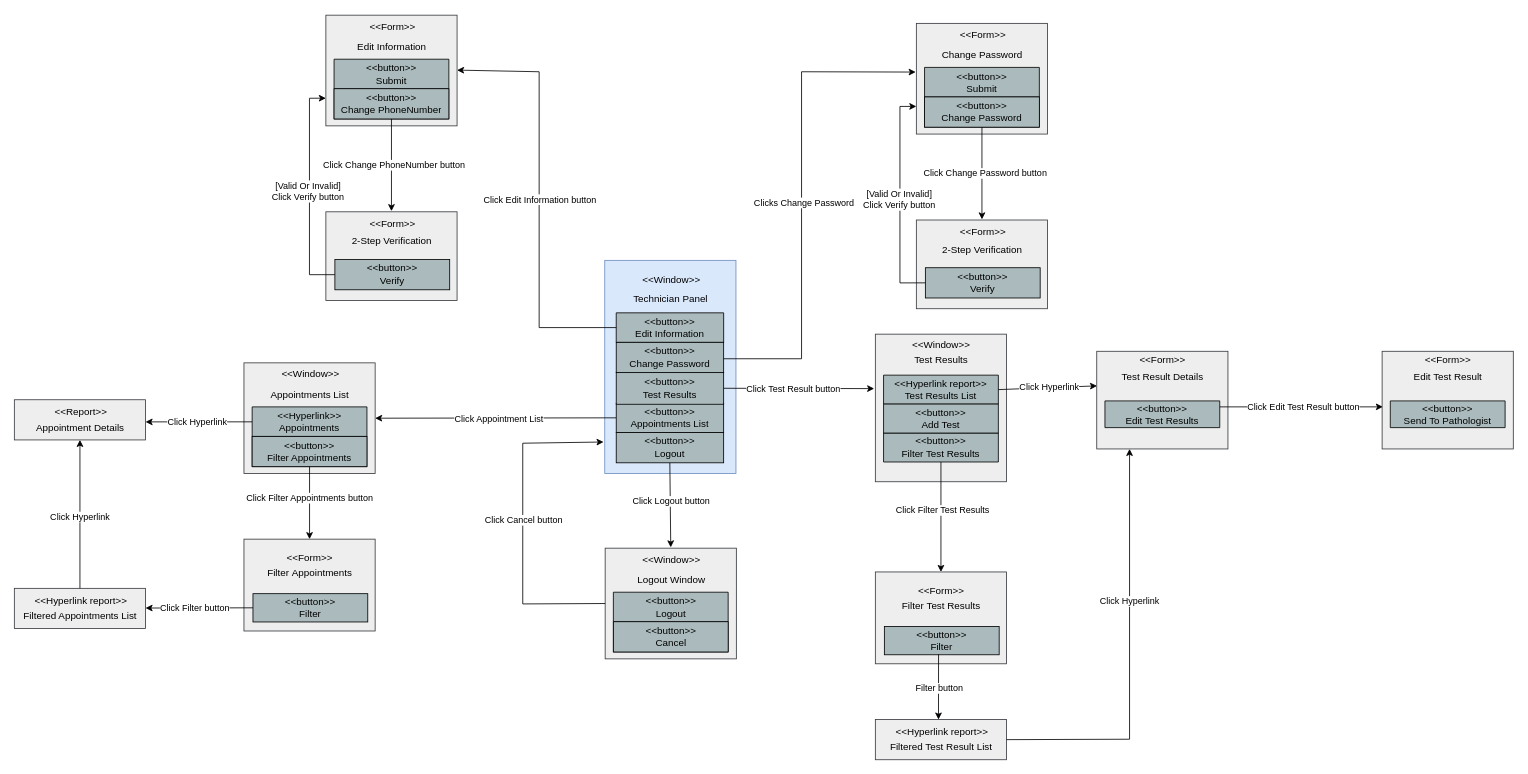
Earlier version of the draw.io diagram page "TechnicianPanel" (7 of 7) of WindowsNavigationDiagram.drawio (ArashSameni/SoftwareEngineering). Source tidied: cells renumbered, new cells numbered last; positions are measured from the earlier drawing's top-left corner, leaving out a move shared by most shapes. Both pictures are drawn from the tidied source at 82%, with x=0, y=0 at pixel (14, 14).
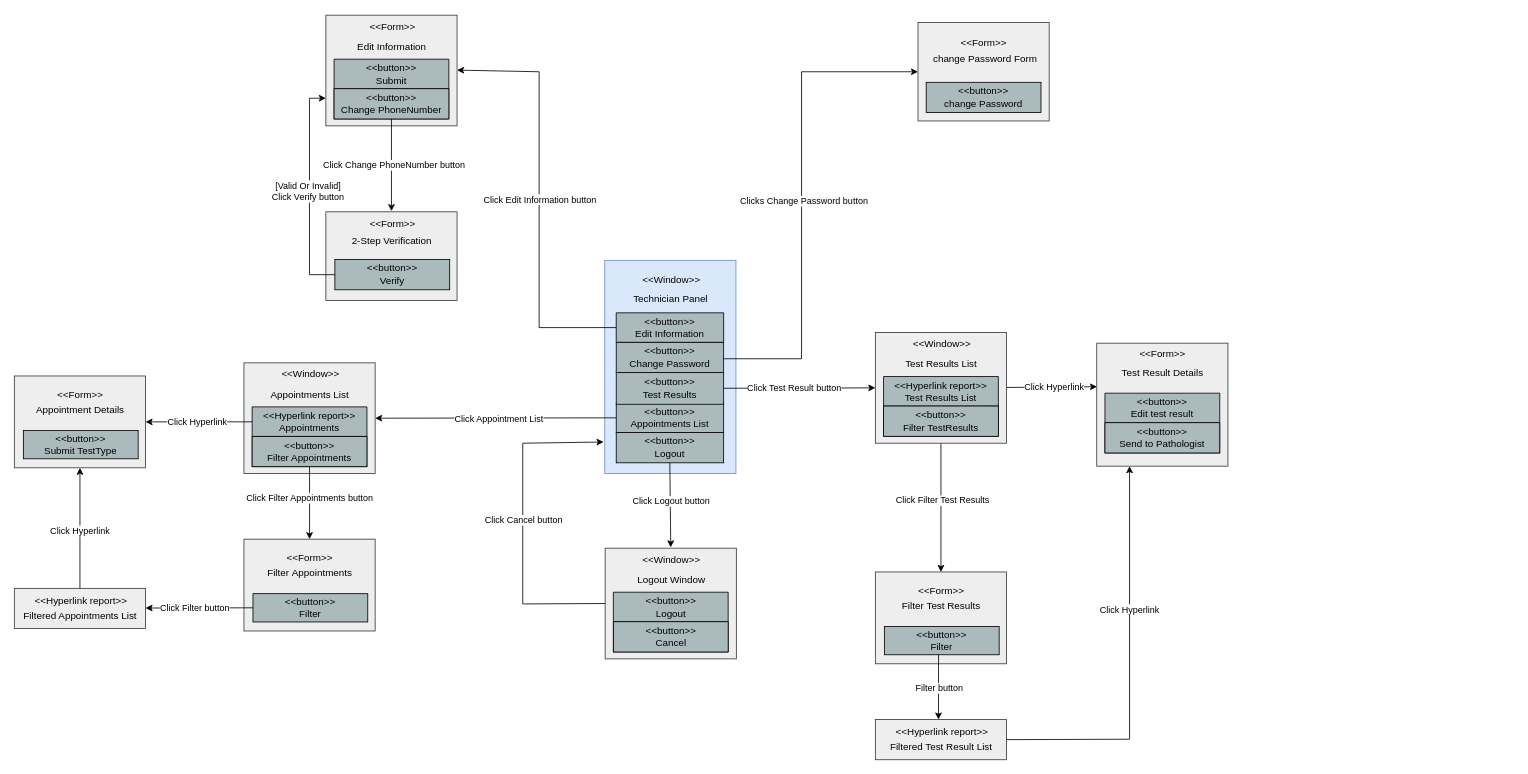
The same diagram, later.

Unchanged cells that the change refers to:
```xml
<mxCell id="14" style="group;" parent="1" vertex="1">
  <mxGeometry x="280" y="424" width="160" height="136" as="geometry" />
</mxCell>
<mxCell id="29" value="&amp;lt;&amp;lt;button&amp;gt;&amp;gt;&lt;br&gt;Test Results" style="text;align=center;verticalAlign=middle;spacingLeft=4;spacingRight=4;overflow=hidden;points=[[0,0.5],[1,0.5]];portConstraint=eastwest;html=1;labelBackgroundColor=none;whiteSpace=wrap;labelBorderColor=none;strokeColor=#000000;fillColor=#ABBBBD;" parent="1" vertex="1">
  <mxGeometry x="734" y="436.5" width="131" height="39" as="geometry" />
</mxCell>
<mxCell id="81" style="group;imageAlign=center;fillColor=#eeeeee;strokeColor=#36393d;imageVerticalAlign=top;fixDash=1;" parent="80" vertex="1">
  <mxGeometry width="160" height="112" as="geometry" />
</mxCell>
<mxCell id="109" style="group;imageAlign=center;fillColor=#eeeeee;strokeColor=#36393d;imageVerticalAlign=top;fixDash=1;" parent="108" vertex="1">
  <mxGeometry width="160" height="49" as="geometry" />
</mxCell>
```

What changed in the source:
```diff
@@
-    <mxCell id="8" style="endArrow=classic;html=1;rounded=0;entryX=-0.009;entryY=0.369;entryDx=0;entryDy=0;exitX=1;exitY=0.5;exitDx=0;exitDy=0;entryPerimeter=0;" parent="1" edge="1" source="29" target="21">
+    <mxCell id="8" style="endArrow=classic;html=1;rounded=0;entryX=0;entryY=0.5;entryDx=0;entryDy=0;exitX=1;exitY=0.5;exitDx=0;exitDy=0;" parent="1" edge="1" source="29" target="62">
       <mxGeometry relative="1" as="geometry" />
     </mxCell>
@@
-    <mxCell id="18" value="&amp;lt;&amp;lt;Hyperlink&amp;gt;&amp;gt;&lt;br&gt;Appointments" style="swimlane;fontStyle=0;horizontal=1;startSize=36;whiteSpace=wrap;html=1;fillColor=#ABBBBD;strokeColor=#000000;fillStyle=auto;swimlaneFillColor=none;rounded=0;shadow=0;glass=0;swimlaneLine=1;noLabel=0;absoluteArcSize=0;portConstraintRotation=0;fixDash=0;backgroundOutline=0;enumerate=0;labelBackgroundColor=none;labelBorderColor=none;swimlaneHead=1;gradientColor=none;" parent="14" vertex="1">
+    <mxCell id="18" value="&amp;lt;&amp;lt;Hyperlink report&amp;gt;&amp;gt;&lt;br&gt;Appointments" style="swimlane;fontStyle=0;horizontal=1;startSize=36;whiteSpace=wrap;html=1;fillColor=#ABBBBD;strokeColor=#000000;fillStyle=auto;swimlaneFillColor=none;rounded=0;shadow=0;glass=0;swimlaneLine=1;noLabel=0;absoluteArcSize=0;portConstraintRotation=0;fixDash=0;backgroundOutline=0;enumerate=0;labelBackgroundColor=none;labelBorderColor=none;swimlaneHead=1;gradientColor=none;" parent="14" vertex="1">
       <mxGeometry x="10" y="54.7" width="140" height="72.9" as="geometry" />
     </mxCell>
@@
-    <mxCell id="20" style="group;" parent="1" vertex="1">
-      <mxGeometry x="1050" y="400" width="160" height="170" as="geometry" />
-    </mxCell>
-    <mxCell id="21" style="group;imageAlign=center;fillColor=#eeeeee;strokeColor=#36393d;imageVerticalAlign=top;fixDash=1;" parent="20" vertex="1">
-      <mxGeometry y="-10" width="160" height="180" as="geometry" />
-    </mxCell>
-    <mxCell id="22" value="&amp;lt;&amp;lt;Window&amp;gt;&amp;gt;" style="text;html=1;align=center;verticalAlign=middle;strokeColor=none;fillColor=none;imageAlign=center;" parent="20" vertex="1">
-      <mxGeometry x="35.5" y="-10" width="89" height="26" as="geometry" />
-    </mxCell>
-    <mxCell id="23" value="Test Results" style="text;html=1;align=center;verticalAlign=middle;strokeColor=none;fillColor=none;imageAspect=0;imageVerticalAlign=top;fixDash=0;" parent="20" vertex="1">
-      <mxGeometry x="40" y="7" width="80" height="30" as="geometry" />
-    </mxCell>
-    <mxCell id="24" value="&amp;lt;&amp;lt;Hyperlink report&amp;gt;&amp;gt;&lt;br&gt;Test Results List" style="swimlane;fontStyle=0;horizontal=1;startSize=36;whiteSpace=wrap;html=1;fillColor=#ABBBBD;strokeColor=#000000;fillStyle=auto;swimlaneFillColor=none;rounded=0;shadow=0;glass=0;swimlaneLine=1;noLabel=0;absoluteArcSize=0;portConstraintRotation=0;fixDash=0;backgroundOutline=0;enumerate=0;labelBackgroundColor=none;labelBorderColor=none;swimlaneHead=1;gradientColor=none;" parent="20" vertex="1">
-      <mxGeometry x="10" y="40" width="140" height="35.3" as="geometry" />
-    </mxCell>
-    <mxCell id="25" value="&amp;lt;&amp;lt;button&amp;gt;&amp;gt;&lt;br&gt;Filter Test Results" style="swimlane;fontStyle=0;horizontal=1;startSize=36;whiteSpace=wrap;html=1;fillColor=#ABBBBD;strokeColor=#000000;fillStyle=auto;swimlaneFillColor=none;rounded=0;shadow=0;glass=0;swimlaneLine=1;noLabel=0;absoluteArcSize=0;portConstraintRotation=0;fixDash=0;backgroundOutline=0;enumerate=0;labelBackgroundColor=none;labelBorderColor=none;swimlaneHead=1;gradientColor=none;" parent="20" vertex="1">
-      <mxGeometry x="10" y="110.6" width="140" height="35.3" as="geometry" />
-    </mxCell>
-    <mxCell id="26" value="&amp;lt;&amp;lt;button&amp;gt;&amp;gt;&lt;br&gt;Add Test" style="swimlane;fontStyle=0;horizontal=1;startSize=36;whiteSpace=wrap;html=1;fillColor=#ABBBBD;strokeColor=#000000;fillStyle=auto;swimlaneFillColor=none;rounded=0;shadow=0;glass=0;swimlaneLine=1;noLabel=0;absoluteArcSize=0;fixDash=0;backgroundOutline=0;enumerate=0;labelBackgroundColor=none;labelBorderColor=none;swimlaneHead=1;gradientColor=none;" parent="20" vertex="1">
-      <mxGeometry x="10" y="75.3" width="140" height="35.3" as="geometry" />
-    </mxCell>
@@
-    <mxCell id="31" style="endArrow=classic;html=1;rounded=0;entryX=-0.005;entryY=0.444;entryDx=0;entryDy=0;entryPerimeter=0;" parent="1" edge="1" target="61">
+    <mxCell id="31" style="endArrow=classic;html=1;rounded=0;entryX=0;entryY=0.5;entryDx=0;entryDy=0;" parent="1" edge="1" target="124">
       <mxGeometry relative="1" as="geometry">
         <mxPoint x="865" y="420" as="sourcePoint" />
         <Array as="points">
           <mxPoint x="960" y="420" />
           <mxPoint x="960" y="70" />
         </Array>
       </mxGeometry>
     </mxCell>
-    <mxCell id="32" value="Clicks Change Password" style="edgeLabel;html=1;align=center;verticalAlign=middle;" parent="31" vertex="1">
+    <mxCell id="32" value="Clicks Change Password button" style="edgeLabel;html=1;align=center;verticalAlign=middle;" parent="31" vertex="1">
       <mxGeometry x="-0.02" y="-2" relative="1" as="geometry" />
     </mxCell>
@@
-    <mxCell id="56" style="group;" parent="1" vertex="1">
-      <mxGeometry x="1100" y="250" width="160" height="109" as="geometry" />
-    </mxCell>
-    <mxCell id="57" style="group;imageAlign=center;fillColor=#eeeeee;strokeColor=#36393d;imageVerticalAlign=top;fixDash=1;" parent="56" vertex="1">
-      <mxGeometry y="0.8" width="160" height="108.2" as="geometry" />
-    </mxCell>
-    <mxCell id="58" value="&amp;lt;&amp;lt;Form&amp;gt;&amp;gt;" style="text;html=1;align=center;verticalAlign=middle;strokeColor=none;fillColor=none;imageAlign=center;" parent="56" vertex="1">
-      <mxGeometry x="44" y="5.6" width="74" height="20.8" as="geometry" />
-    </mxCell>
-    <mxCell id="59" value="2-Step Verification" style="text;html=1;align=center;verticalAlign=middle;strokeColor=none;fillColor=none;imageAspect=0;imageVerticalAlign=top;fixDash=0;" parent="56" vertex="1">
-      <mxGeometry x="40" y="25.4" width="80" height="24" as="geometry" />
-    </mxCell>
-    <mxCell id="60" value="&amp;lt;&amp;lt;button&amp;gt;&amp;gt;&lt;br style=&quot;border-color: var(--border-color);&quot;&gt;Verify" style="text;align=center;verticalAlign=middle;spacingLeft=4;spacingRight=4;overflow=hidden;points=[[0,0.5],[1,0.5]];portConstraint=eastwest;html=1;labelBackgroundColor=none;whiteSpace=wrap;labelBorderColor=none;strokeColor=#000000;fillColor=#ABBBBD;" parent="56" vertex="1">
-      <mxGeometry x="11" y="59" width="140" height="36.9" as="geometry" />
-    </mxCell>
-    <mxCell id="61" style="group;" parent="1" vertex="1">
-      <mxGeometry x="1100" y="10" width="160" height="136" as="geometry" />
-    </mxCell>
-    <mxCell id="62" style="group;imageAlign=center;fillColor=#eeeeee;strokeColor=#36393d;imageVerticalAlign=top;fixDash=1;" parent="61" vertex="1">
-      <mxGeometry y="1" width="160" height="135" as="geometry" />
-    </mxCell>
-    <mxCell id="63" value="&amp;lt;&amp;lt;Form&amp;gt;&amp;gt;" style="text;html=1;align=center;verticalAlign=middle;strokeColor=none;fillColor=none;imageAlign=center;" parent="61" vertex="1">
-      <mxGeometry x="41" width="80" height="30" as="geometry" />
-    </mxCell>
-    <mxCell id="64" value="Change Password" style="text;html=1;align=center;verticalAlign=middle;strokeColor=none;fillColor=none;imageAspect=0;imageVerticalAlign=top;fixDash=0;" parent="61" vertex="1">
-      <mxGeometry x="40" y="24.7" width="80" height="30" as="geometry" />
-    </mxCell>
-    <mxCell id="65" value="&amp;lt;&amp;lt;button&amp;gt;&amp;gt;&lt;br&gt;Submit" style="swimlane;fontStyle=0;horizontal=1;startSize=36;whiteSpace=wrap;html=1;fillColor=#ABBBBD;strokeColor=#000000;fillStyle=auto;swimlaneFillColor=none;rounded=0;shadow=0;glass=0;swimlaneLine=1;noLabel=0;absoluteArcSize=0;portConstraintRotation=0;fixDash=0;backgroundOutline=0;enumerate=0;labelBackgroundColor=none;labelBorderColor=none;swimlaneHead=1;gradientColor=none;" parent="61" vertex="1">
-      <mxGeometry x="10" y="54.7" width="140" height="72.9" as="geometry" />
-    </mxCell>
-    <mxCell id="66" value="&amp;lt;&amp;lt;button&amp;gt;&amp;gt;&lt;br&gt;Change Password" style="text;align=center;verticalAlign=middle;spacingLeft=4;spacingRight=4;overflow=hidden;html=1;labelBackgroundColor=none;whiteSpace=wrap;labelBorderColor=none;strokeColor=#000000;fillColor=#ABBBBD;" parent="65" vertex="1">
-      <mxGeometry y="36" width="140" height="36.9" as="geometry" />
-    </mxCell>
-    <mxCell id="67" style="endArrow=classic;html=1;rounded=0;exitX=0.5;exitY=1;exitDx=0;exitDy=0;entryX=0.5;entryY=0;entryDx=0;entryDy=0;" parent="1" edge="1" source="65" target="56">
-      <mxGeometry relative="1" as="geometry" />
-    </mxCell>
-    <mxCell id="68" value="Click Change Password button" style="edgeLabel;html=1;align=center;verticalAlign=middle;" parent="67" vertex="1">
-      <mxGeometry relative="1" as="geometry">
-        <mxPoint x="3" as="offset" />
-      </mxGeometry>
-    </mxCell>
-    <mxCell id="69" style="edgeStyle=orthogonalEdgeStyle;rounded=0;jettySize=auto;html=1;exitX=0;exitY=0.5;exitDx=0;exitDy=0;entryX=0;entryY=0.75;entryDx=0;entryDy=0;" parent="1" edge="1" source="60" target="62">
-      <mxGeometry relative="1" as="geometry" />
-    </mxCell>
-    <mxCell id="70" value="[Valid Or Invalid]&lt;br style=&quot;border-color: var(--border-color);&quot;&gt;Click Verify button" style="edgeLabel;html=1;align=center;verticalAlign=middle;" parent="69" vertex="1">
-      <mxGeometry x="-0.04" y="2" relative="1" as="geometry">
-        <mxPoint y="-5" as="offset" />
-      </mxGeometry>
-    </mxCell>
     <mxCell id="71" style="group;" parent="1" vertex="1">
-      <mxGeometry x="1320" y="410" width="160" height="120" as="geometry" />
+      <mxGeometry x="1320" y="400" width="160" height="151" as="geometry" />
     </mxCell>
     <mxCell id="72" style="group;imageAlign=center;fillColor=#eeeeee;strokeColor=#36393d;imageVerticalAlign=top;fixDash=1;" parent="71" vertex="1">
-      <mxGeometry y="0.9" width="160" height="119.1" as="geometry" />
+      <mxGeometry y="1" width="160" height="150" as="geometry" />
     </mxCell>
     <mxCell id="73" value="&amp;lt;&amp;lt;Form&amp;gt;&amp;gt;" style="text;html=1;align=center;verticalAlign=middle;strokeColor=none;fillColor=none;imageAlign=center;" parent="71" vertex="1">
-      <mxGeometry x="43" y="0.9" width="74" height="22.9" as="geometry" />
+      <mxGeometry x="43" y="1" width="74" height="26.2" as="geometry" />
     </mxCell>
     <mxCell id="74" value="Test Result Details" style="text;html=1;align=center;verticalAlign=middle;strokeColor=none;fillColor=none;imageAspect=0;imageVerticalAlign=top;fixDash=0;" parent="71" vertex="1">
-      <mxGeometry x="40" y="19.9" width="80" height="26.5" as="geometry" />
+      <mxGeometry x="40" y="22.8" width="80" height="30.3" as="geometry" />
     </mxCell>
-    <mxCell id="75" value="&amp;lt;&amp;lt;button&amp;gt;&amp;gt;&lt;br&gt;Edit Test Results" style="swimlane;fontStyle=0;horizontal=1;startSize=36;whiteSpace=wrap;html=1;fillColor=#ABBBBD;strokeColor=#000000;fillStyle=auto;swimlaneFillColor=none;rounded=0;shadow=0;glass=0;swimlaneLine=1;noLabel=0;absoluteArcSize=0;fixDash=0;backgroundOutline=0;enumerate=0;labelBackgroundColor=none;labelBorderColor=none;swimlaneHead=1;gradientColor=none;" parent="71" vertex="1">
-      <mxGeometry x="10" y="61.4" width="140" height="32.6" as="geometry" />
-    </mxCell>
+    <mxCell id="121" value="&amp;lt;&amp;lt;button&amp;gt;&amp;gt;&lt;br&gt;Edit test result" style="swimlane;fontStyle=0;horizontal=1;startSize=36;whiteSpace=wrap;html=1;fillColor=#ABBBBD;strokeColor=#000000;fillStyle=auto;swimlaneFillColor=none;rounded=0;shadow=0;glass=0;swimlaneLine=1;noLabel=0;absoluteArcSize=0;fixDash=0;backgroundOutline=0;enumerate=0;labelBackgroundColor=none;labelBorderColor=none;swimlaneHead=1;gradientColor=none;" parent="71" vertex="1">
+      <mxGeometry x="10" y="62" width="140" height="72.9" as="geometry" />
+    </mxCell>
+    <mxCell id="122" value="&amp;lt;&amp;lt;button&amp;gt;&amp;gt;&lt;br&gt;Send to Pathologist" style="text;align=center;verticalAlign=middle;spacingLeft=4;spacingRight=4;overflow=hidden;html=1;labelBackgroundColor=none;whiteSpace=wrap;labelBorderColor=none;strokeColor=#000000;fillColor=#ABBBBD;" parent="121" vertex="1">
+      <mxGeometry y="36" width="140" height="36.9" as="geometry" />
+    </mxCell>
-    <mxCell id="76" style="endArrow=classic;html=1;rounded=0;exitX=1;exitY=0.5;exitDx=0;exitDy=0;entryX=0.002;entryY=0.354;entryDx=0;entryDy=0;entryPerimeter=0;" parent="1" edge="1" source="24" target="72">
+    <mxCell id="76" style="endArrow=classic;html=1;rounded=0;exitX=1;exitY=0.5;exitDx=0;exitDy=0;entryX=0.002;entryY=0.354;entryDx=0;entryDy=0;entryPerimeter=0;" parent="1" edge="1" source="128" target="72">
       <mxGeometry relative="1" as="geometry" />
     </mxCell>
@@
-    <mxCell id="78" style="endArrow=classic;html=1;rounded=0;exitX=0.5;exitY=1;exitDx=0;exitDy=0;entryX=0.5;entryY=0;entryDx=0;entryDy=0;" parent="1" edge="1" source="25" target="81">
+    <mxCell id="78" style="endArrow=classic;html=1;rounded=0;exitX=0.5;exitY=1;exitDx=0;exitDy=0;entryX=0.5;entryY=0;entryDx=0;entryDy=0;" parent="1" edge="1" source="128" target="81">
       <mxGeometry relative="1" as="geometry" />
     </mxCell>
@@
-    <mxCell id="93" style="endArrow=classic;html=1;rounded=0;exitX=0;exitY=0.25;exitDx=0;exitDy=0;" parent="1" edge="1" source="18">
-      <mxGeometry relative="1" as="geometry">
-        <mxPoint x="160" y="497" as="targetPoint" />
-      </mxGeometry>
+    <mxCell id="93" style="endArrow=classic;html=1;rounded=0;exitX=0;exitY=0.25;exitDx=0;exitDy=0;entryX=1;entryY=0.5;entryDx=0;entryDy=0;" parent="1" edge="1" source="18" target="132">
+      <mxGeometry relative="1" as="geometry" />
     </mxCell>
@@
-    <mxCell id="95" style="group;" parent="1" vertex="1">
-      <mxGeometry y="470" width="160" height="49" as="geometry" />
-    </mxCell>
-    <mxCell id="96" style="group;imageAlign=center;fillColor=#eeeeee;strokeColor=#36393d;imageVerticalAlign=top;fixDash=1;" parent="95" vertex="1">
-      <mxGeometry width="160" height="49" as="geometry" />
-    </mxCell>
-    <mxCell id="97" value="&amp;lt;&amp;lt;Report&amp;gt;&amp;gt;" style="text;html=1;align=center;verticalAlign=middle;strokeColor=none;fillColor=none;imageAlign=center;" parent="95" vertex="1">
-      <mxGeometry x="40" y="2.2" width="82" height="26" as="geometry" />
-    </mxCell>
-    <mxCell id="98" value="Appointment Details" style="text;html=1;align=center;verticalAlign=middle;strokeColor=none;fillColor=none;imageAspect=0;imageVerticalAlign=top;fixDash=0;" parent="95" vertex="1">
-      <mxGeometry x="40" y="28.1" width="80" height="12.2" as="geometry" />
-    </mxCell>
@@
-    <mxCell id="112" style="endArrow=classic;html=1;rounded=0;exitX=0.5;exitY=0;exitDx=0;exitDy=0;entryX=0.5;entryY=1;entryDx=0;entryDy=0;" parent="1" edge="1" source="109" target="95">
+    <mxCell id="112" style="endArrow=classic;html=1;rounded=0;exitX=0.5;exitY=0;exitDx=0;exitDy=0;entryX=0.5;entryY=1;entryDx=0;entryDy=0;" parent="1" edge="1" source="109" target="131">
       <mxGeometry relative="1" as="geometry" />
     </mxCell>
@@
-    <mxCell id="114" style="endArrow=classic;html=1;rounded=0;exitX=0.997;exitY=0.578;exitDx=0;exitDy=0;exitPerimeter=0;entryX=0.006;entryY=0.569;entryDx=0;entryDy=0;entryPerimeter=0;" parent="1" edge="1" target="117">
-      <mxGeometry relative="1" as="geometry">
-        <mxPoint x="1470" y="478.7" as="sourcePoint" />
-      </mxGeometry>
-    </mxCell>
-    <mxCell id="115" value="Click Edit Test Result button" style="edgeLabel;html=1;align=center;verticalAlign=middle;" parent="114" vertex="1">
-      <mxGeometry x="0.22" relative="1" as="geometry">
-        <mxPoint x="-19" as="offset" />
-      </mxGeometry>
-    </mxCell>
-    <mxCell id="116" style="group;" parent="1" vertex="1">
-      <mxGeometry x="1668" y="410" width="160" height="120" as="geometry" />
-    </mxCell>
-    <mxCell id="117" style="group;imageAlign=center;fillColor=#eeeeee;strokeColor=#36393d;imageVerticalAlign=top;fixDash=1;" parent="116" vertex="1">
-      <mxGeometry y="0.9" width="160" height="119.1" as="geometry" />
-    </mxCell>
-    <mxCell id="118" value="&amp;lt;&amp;lt;Form&amp;gt;&amp;gt;" style="text;html=1;align=center;verticalAlign=middle;strokeColor=none;fillColor=none;imageAlign=center;" parent="116" vertex="1">
-      <mxGeometry x="43" y="0.9" width="74" height="22.9" as="geometry" />
-    </mxCell>
-    <mxCell id="119" value="Edit Test Result" style="text;html=1;align=center;verticalAlign=middle;strokeColor=none;fillColor=none;imageAspect=0;imageVerticalAlign=top;fixDash=0;" parent="116" vertex="1">
-      <mxGeometry x="40" y="19.9" width="80" height="26.5" as="geometry" />
-    </mxCell>
-    <mxCell id="120" value="&amp;lt;&amp;lt;button&amp;gt;&amp;gt;&lt;br&gt;Send To Pathologist" style="swimlane;fontStyle=0;horizontal=1;startSize=36;whiteSpace=wrap;html=1;fillColor=#ABBBBD;strokeColor=#000000;fillStyle=auto;swimlaneFillColor=none;rounded=0;shadow=0;glass=0;swimlaneLine=1;noLabel=0;absoluteArcSize=0;fixDash=0;backgroundOutline=0;enumerate=0;labelBackgroundColor=none;labelBorderColor=none;swimlaneHead=1;gradientColor=none;" parent="116" vertex="1">
-      <mxGeometry x="10" y="61.4" width="140" height="32.6" as="geometry" />
-    </mxCell>
+    <mxCell id="123" style="group;" parent="1" vertex="1">
+      <mxGeometry x="1102" y="10" width="160" height="120" as="geometry" />
+    </mxCell>
+    <mxCell id="124" style="group;imageAlign=center;fillColor=#eeeeee;strokeColor=#36393d;imageVerticalAlign=top;fixDash=1;" parent="123" vertex="1">
+      <mxGeometry width="160" height="120" as="geometry" />
+    </mxCell>
+    <mxCell id="125" value="&amp;lt;&amp;lt;Form&amp;gt;&amp;gt;" style="text;html=1;align=center;verticalAlign=middle;strokeColor=none;fillColor=none;imageAlign=center;" parent="123" vertex="1">
+      <mxGeometry x="40" y="10" width="80" height="30" as="geometry" />
+    </mxCell>
+    <mxCell id="126" value="&amp;nbsp;change Password Form" style="text;html=1;align=center;verticalAlign=middle;strokeColor=none;fillColor=none;imageAspect=0;imageVerticalAlign=top;fixDash=0;" parent="123" vertex="1">
+      <mxGeometry x="40" y="30" width="80" height="30" as="geometry" />
+    </mxCell>
+    <mxCell id="127" value="&amp;lt;&amp;lt;button&amp;gt;&amp;gt;&lt;br style=&quot;border-color: var(--border-color);&quot;&gt;change Password" style="text;align=center;verticalAlign=middle;spacingLeft=4;spacingRight=4;overflow=hidden;html=1;labelBackgroundColor=none;whiteSpace=wrap;labelBorderColor=none;strokeColor=#000000;fillColor=#ABBBBD;" parent="123" vertex="1">
+      <mxGeometry x="10" y="72.9" width="140" height="36.9" as="geometry" />
+    </mxCell>
+    <mxCell id="128" style="group;" parent="1" vertex="1">
+      <mxGeometry x="1050" y="387" width="160" height="136" as="geometry" />
+    </mxCell>
+    <mxCell id="62" style="group;imageAlign=center;fillColor=#eeeeee;strokeColor=#36393d;imageVerticalAlign=top;fixDash=1;" parent="128" vertex="1">
+      <mxGeometry y="1" width="160" height="135" as="geometry" />
+    </mxCell>
+    <mxCell id="22" value="&amp;lt;&amp;lt;Window&amp;gt;&amp;gt;" style="text;html=1;align=center;verticalAlign=middle;strokeColor=none;fillColor=none;imageAlign=center;" parent="128" vertex="1">
+      <mxGeometry x="36" y="2" width="89" height="26" as="geometry" />
+    </mxCell>
+    <mxCell id="129" value="Test Results List" style="text;html=1;align=center;verticalAlign=middle;strokeColor=none;fillColor=none;imageAspect=0;imageVerticalAlign=top;fixDash=0;" parent="128" vertex="1">
+      <mxGeometry x="40" y="24.7" width="80" height="30" as="geometry" />
+    </mxCell>
+    <mxCell id="24" value="&amp;lt;&amp;lt;Hyperlink report&amp;gt;&amp;gt;&lt;br&gt;Test Results List" style="swimlane;fontStyle=0;horizontal=1;startSize=36;whiteSpace=wrap;html=1;fillColor=#ABBBBD;strokeColor=#000000;fillStyle=auto;swimlaneFillColor=none;rounded=0;shadow=0;glass=0;swimlaneLine=1;noLabel=0;absoluteArcSize=0;portConstraintRotation=0;fixDash=0;backgroundOutline=0;enumerate=0;labelBackgroundColor=none;labelBorderColor=none;swimlaneHead=1;gradientColor=none;" parent="128" vertex="1">
+      <mxGeometry x="10" y="54.7" width="140" height="72.9" as="geometry" />
+    </mxCell>
+    <mxCell id="130" value="&amp;lt;&amp;lt;button&amp;gt;&amp;gt;&lt;br&gt;Filter TestResults" style="text;align=center;verticalAlign=middle;spacingLeft=4;spacingRight=4;overflow=hidden;html=1;labelBackgroundColor=none;whiteSpace=wrap;labelBorderColor=none;strokeColor=#000000;fillColor=#ABBBBD;" parent="24" vertex="1">
+      <mxGeometry y="36" width="140" height="36.9" as="geometry" />
+    </mxCell>
+    <mxCell id="131" style="group;" parent="1" vertex="1">
+      <mxGeometry y="441" width="160" height="112" as="geometry" />
+    </mxCell>
+    <mxCell id="132" style="group;imageAlign=center;fillColor=#eeeeee;strokeColor=#36393d;imageVerticalAlign=top;fixDash=1;" parent="131" vertex="1">
+      <mxGeometry width="160" height="112" as="geometry" />
+    </mxCell>
+    <mxCell id="133" value="&amp;lt;&amp;lt;Form&amp;gt;&amp;gt;" style="text;html=1;align=center;verticalAlign=middle;strokeColor=none;fillColor=none;imageAlign=center;" parent="131" vertex="1">
+      <mxGeometry x="43" y="10.2" width="74" height="26" as="geometry" />
+    </mxCell>
+    <mxCell id="98" value="Appointment Details" style="text;html=1;align=center;verticalAlign=middle;strokeColor=none;fillColor=none;imageAspect=0;imageVerticalAlign=top;fixDash=0;" parent="131" vertex="1">
+      <mxGeometry x="40" y="28" width="80" height="28" as="geometry" />
+    </mxCell>
+    <mxCell id="134" value="&amp;lt;&amp;lt;button&amp;gt;&amp;gt;&lt;br&gt;Submit TestType" style="text;align=center;verticalAlign=middle;spacingLeft=4;spacingRight=4;overflow=hidden;html=1;labelBackgroundColor=none;whiteSpace=wrap;labelBorderColor=none;strokeColor=#000000;fillColor=#ABBBBD;" parent="131" vertex="1">
+      <mxGeometry x="11" y="66.5" width="140" height="34.5" as="geometry" />
+    </mxCell>
```
